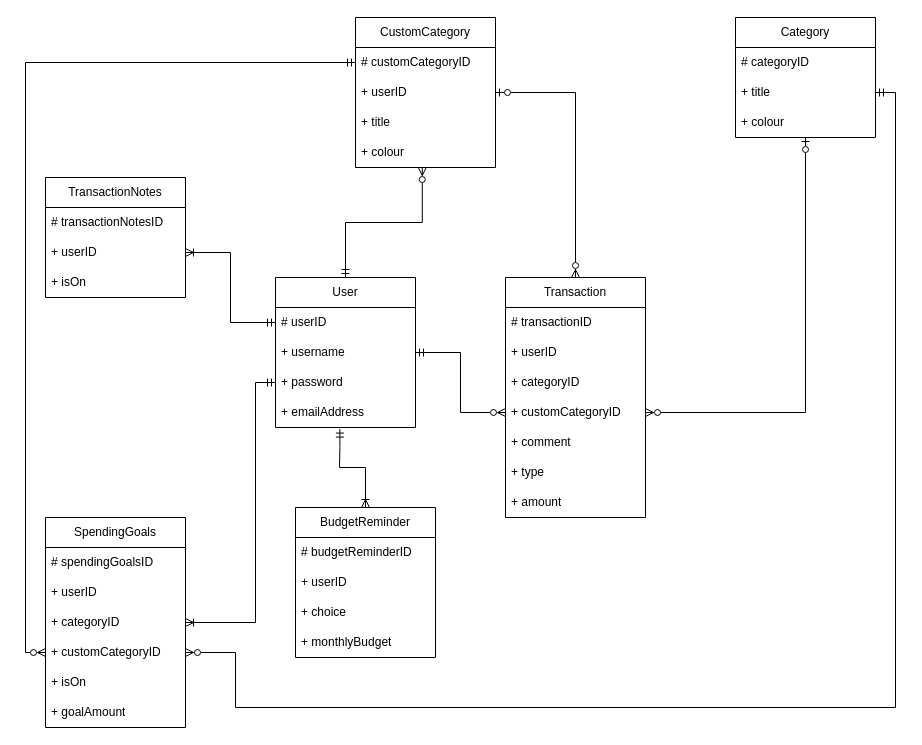
Earlier version of the draw.io diagram agile erd.drawio (TobyDyson123/Agile-Dev). Source tidied: cells renumbered, new cells numbered last; positions are measured from the earlier drawing's top-left corner, leaving out a move shared by most shapes. Both pictures are drawn from the tidied source at 100%, with x=0, y=0 at pixel (45, 17).
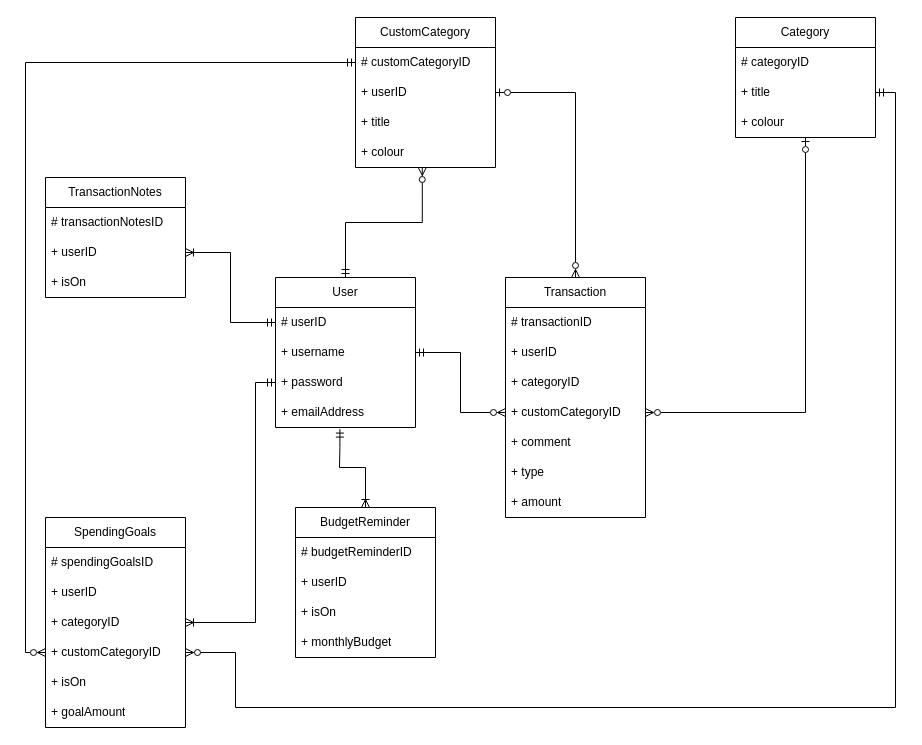
After the change.

Commit message (it also covers changes not shown here):
updated sql script

Unchanged cells that the change refers to:
```xml
<mxCell id="31" value="BudgetReminder" style="swimlane;fontStyle=0;horizontal=1;startSize=30;whiteSpace=wrap;html=1;" parent="1" vertex="1">
  <mxGeometry x="250" y="490" width="140" height="150" as="geometry" />
</mxCell>
```

Diff of the diagram source:
```diff
@@
-    <mxCell id="34" value="+ choice" style="text;strokeColor=none;fillColor=none;align=left;verticalAlign=middle;spacingLeft=4;spacingRight=4;overflow=hidden;whiteSpace=wrap;html=1;" parent="31" vertex="1">
+    <mxCell id="34" value="+ isOn" style="text;strokeColor=none;fillColor=none;align=left;verticalAlign=middle;spacingLeft=4;spacingRight=4;overflow=hidden;whiteSpace=wrap;html=1;" parent="31" vertex="1">
       <mxGeometry y="90" width="140" height="30" as="geometry" />
     </mxCell>
```
